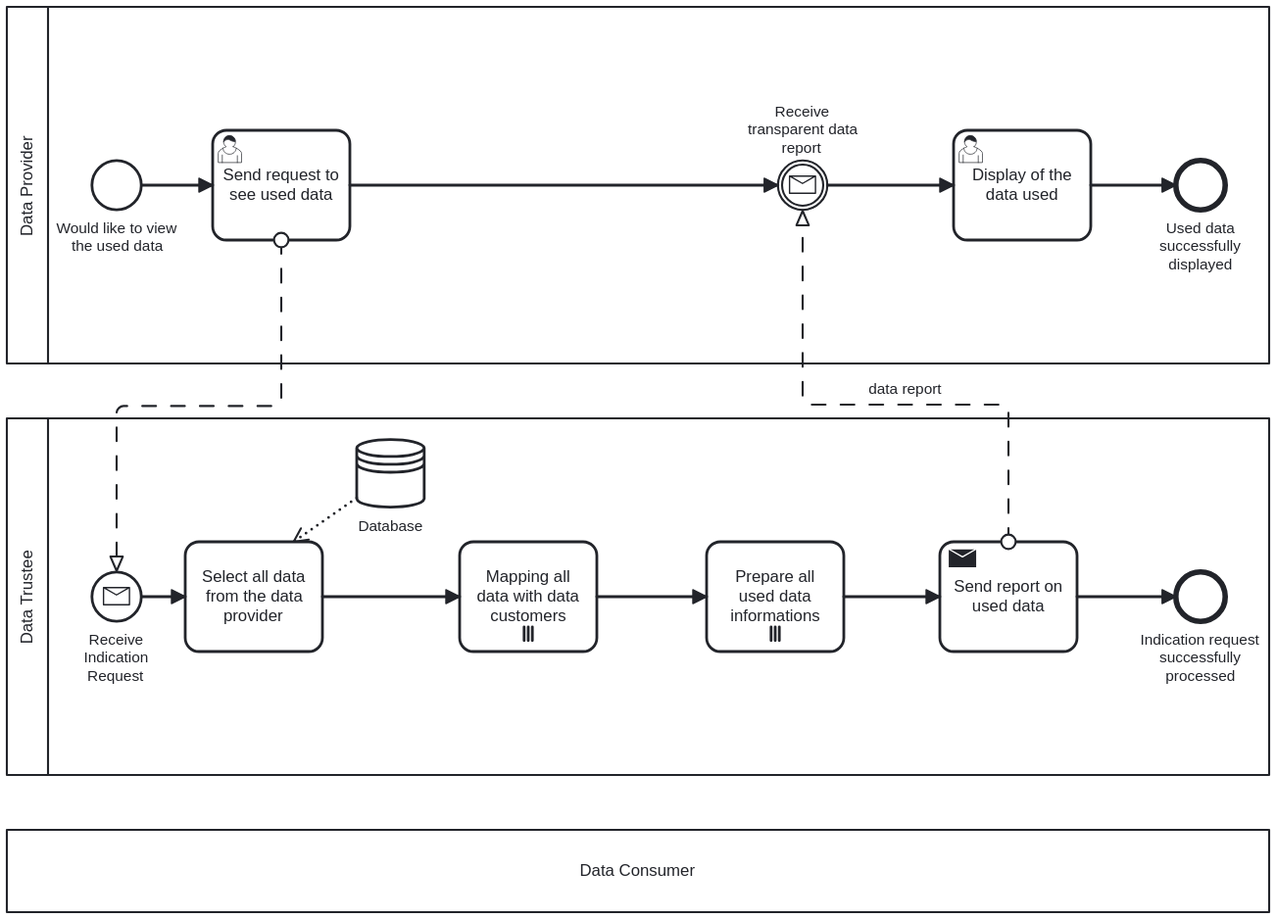
This is Data Access Transparency/Transparent_Data_Audit.svg from sacdevops/Process-Patterns-for-Data-Trustees, a BPMN export, as it was before one commit. Its source is kept beside it as Data Access Transparency/Transparent_Data_Audit.bpmn. Ids are renumbered.
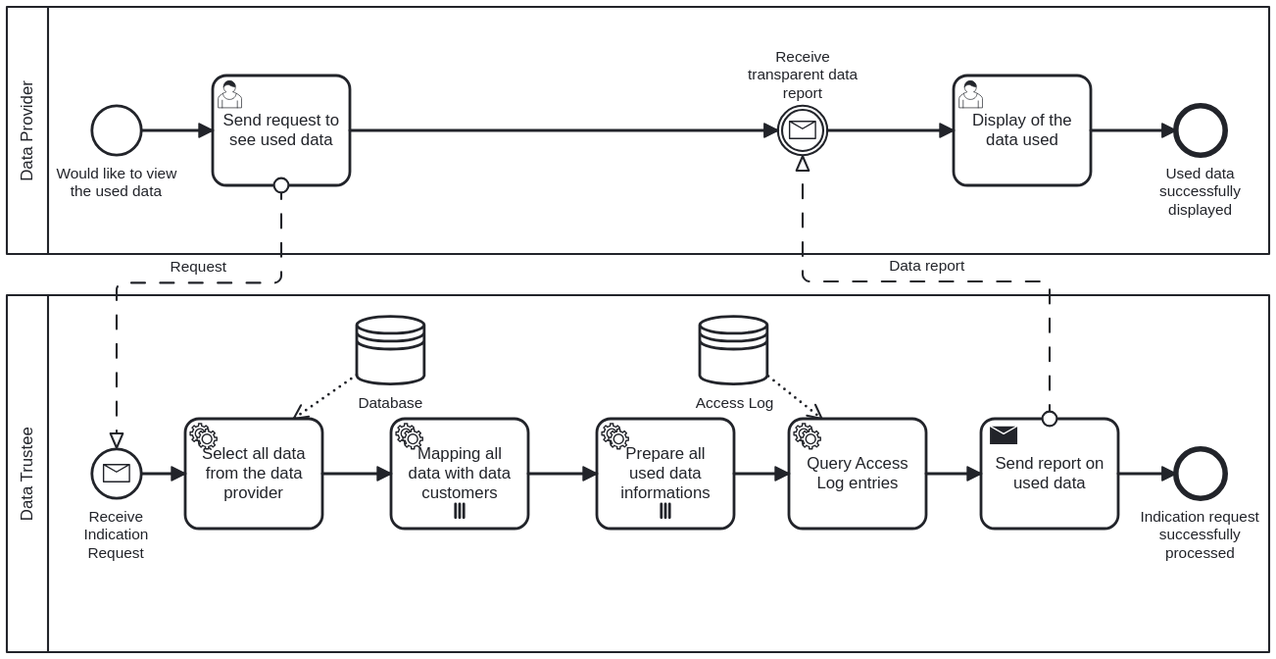
After the commit.

Diff of the diagram source:
```diff
@@ -1,48 +1,58 @@
-<bpmn:definitions xmlns:bpmn="http://www.omg.org/spec/BPMN/20100524/MODEL" xmlns:bpmndi="http://www.omg.org/spec/BPMN/20100524/DI" xmlns:dc="http://www.omg.org/spec/DD/20100524/DC" xmlns:zeebe="http://camunda.org/schema/zeebe/1.0" xmlns:di="http://www.omg.org/spec/DD/20100524/DI" xmlns:modeler="http://camunda.org/schema/modeler/1.0" id="Definitions_n1" targetNamespace="http://bpmn.io/schema/bpmn" exporter="Camunda Web Modeler" exporterVersion="9832186" modeler:executionPlatform="Camunda Cloud" modeler:executionPlatformVersion="8.6.0">
+<bpmn:definitions xmlns:bpmn="http://www.omg.org/spec/BPMN/20100524/MODEL" xmlns:bpmndi="http://www.omg.org/spec/BPMN/20100524/DI" xmlns:dc="http://www.omg.org/spec/DD/20100524/DC" xmlns:zeebe="http://camunda.org/schema/zeebe/1.0" xmlns:di="http://www.omg.org/spec/DD/20100524/DI" xmlns:modeler="http://camunda.org/schema/modeler/1.0" id="Definitions_n1" targetNamespace="http://bpmn.io/schema/bpmn" exporter="Camunda Modeler" exporterVersion="5.34.0" modeler:executionPlatform="Camunda Cloud" modeler:executionPlatformVersion="8.6.0">
   <bpmn:collaboration id="Collaboration_n2" name="Data_Audit">
-    <bpmn:participant id="Participant_n3" name="Data Consumer" />
     <bpmn:participant id="Participant_n4" name="Data Trustee" processRef="Process_n5" />
     <bpmn:participant id="Participant_n6" name="Data Provider" processRef="Process_n7" />
-    <bpmn:messageFlow id="Flow_n8" name="data report" sourceRef="Activity_n9" targetRef="Event_n10" />
-    <bpmn:messageFlow id="Flow_n11" sourceRef="Activity_n12" targetRef="Event_n13" />
+    <bpmn:messageFlow id="Flow_n8" name="Data report" sourceRef="Activity_n9" targetRef="Event_n10" />
+    <bpmn:messageFlow id="Flow_n11" name="Request" sourceRef="Activity_n12" targetRef="Event_n13" />
   </bpmn:collaboration>
   <bpmn:process id="Process_n5" isExecutable="true">
     <bpmn:dataStoreReference id="DataStoreReference_n14" name="Database" />
-    <bpmn:sendTask id="Activity_n9" name="Send report on used data">
-      <bpmn:incoming>Flow_n15</bpmn:incoming>
-      <bpmn:outgoing>Flow_n16</bpmn:outgoing>
-    </bpmn:sendTask>
-    <bpmn:task id="Activity_n17" name="Prepare all used data informations">
-      <bpmn:incoming>Flow_n18</bpmn:incoming>
-      <bpmn:outgoing>Flow_n15</bpmn:outgoing>
-      <bpmn:multiInstanceLoopCharacteristics />
-    </bpmn:task>
-    <bpmn:sequenceFlow id="Flow_n15" sourceRef="Activity_n17" targetRef="Activity_n9" />
     <bpmn:endEvent id="Event_n19" name="Indication request successfully processed">
       <bpmn:incoming>Flow_n16</bpmn:incoming>
     </bpmn:endEvent>
-    <bpmn:sequenceFlow id="Flow_n16" sourceRef="Activity_n9" targetRef="Event_n19" />
-    <bpmn:task id="Activity_n20" name="Mapping all data with data customers">
-      <bpmn:incoming>Flow_n21</bpmn:incoming>
-      <bpmn:outgoing>Flow_n18</bpmn:outgoing>
-      <bpmn:multiInstanceLoopCharacteristics />
-    </bpmn:task>
-    <bpmn:sequenceFlow id="Flow_n18" sourceRef="Activity_n20" targetRef="Activity_n17" />
-    <bpmn:task id="Activity_n22" name="Select all data from the data provider">
-      <bpmn:incoming>Flow_n23</bpmn:incoming>
-      <bpmn:outgoing>Flow_n21</bpmn:outgoing>
-      <bpmn:property id="Property_n24" name="__targetRef_placeholder" />
-      <bpmn:dataInputAssociation id="DataInputAssociation_n25">
-        <bpmn:sourceRef>DataStoreReference_n14</bpmn:sourceRef>
-        <bpmn:targetRef>Property_n24</bpmn:targetRef>
-      </bpmn:dataInputAssociation>
-    </bpmn:task>
-    <bpmn:sequenceFlow id="Flow_n21" sourceRef="Activity_n22" targetRef="Activity_n20" />
     <bpmn:startEvent id="Event_n13" name="Receive Indication Request">
       <bpmn:outgoing>Flow_n23</bpmn:outgoing>
       <bpmn:messageEventDefinition id="MessageEventDefinition_n26" />
     </bpmn:startEvent>
+    <bpmn:sequenceFlow id="Flow_n15" sourceRef="Activity_n17" targetRef="Activity_n44" />
+    <bpmn:sequenceFlow id="Flow_n16" sourceRef="Activity_n9" targetRef="Event_n19" />
+    <bpmn:sequenceFlow id="Flow_n18" sourceRef="Activity_n20" targetRef="Activity_n17" />
+    <bpmn:sequenceFlow id="Flow_n21" sourceRef="Activity_n22" targetRef="Activity_n20" />
     <bpmn:sequenceFlow id="Flow_n23" sourceRef="Event_n13" targetRef="Activity_n22" />
+    <bpmn:serviceTask id="Activity_n22" name="Select all data from the data provider">
+      <bpmn:incoming>Flow_n23</bpmn:incoming>
+      <bpmn:outgoing>Flow_n21</bpmn:outgoing>
+      <bpmn:property id="Property_n45" name="__targetRef_placeholder" />
+      <bpmn:dataInputAssociation id="DataInputAssociation_n25">
+        <bpmn:sourceRef>DataStoreReference_n14</bpmn:sourceRef>
+        <bpmn:targetRef>Property_n45</bpmn:targetRef>
+      </bpmn:dataInputAssociation>
+    </bpmn:serviceTask>
+    <bpmn:sendTask id="Activity_n9" name="Send report on used data">
+      <bpmn:incoming>Flow_n46</bpmn:incoming>
+      <bpmn:outgoing>Flow_n16</bpmn:outgoing>
+    </bpmn:sendTask>
+    <bpmn:dataStoreReference id="DataStoreReference_n47" name="Access Log" />
+    <bpmn:sequenceFlow id="Flow_n46" sourceRef="Activity_n44" targetRef="Activity_n9" />
+    <bpmn:serviceTask id="Activity_n17" name="Prepare all used data informations">
+      <bpmn:incoming>Flow_n18</bpmn:incoming>
+      <bpmn:outgoing>Flow_n15</bpmn:outgoing>
+      <bpmn:multiInstanceLoopCharacteristics />
+    </bpmn:serviceTask>
+    <bpmn:serviceTask id="Activity_n20" name="Mapping all data with data customers">
+      <bpmn:incoming>Flow_n21</bpmn:incoming>
+      <bpmn:outgoing>Flow_n18</bpmn:outgoing>
+      <bpmn:multiInstanceLoopCharacteristics />
+    </bpmn:serviceTask>
+    <bpmn:serviceTask id="Activity_n44" name="Query Access Log entries">
+      <bpmn:incoming>Flow_n15</bpmn:incoming>
+      <bpmn:outgoing>Flow_n46</bpmn:outgoing>
+      <bpmn:property id="Property_n48" name="__targetRef_placeholder" />
+      <bpmn:dataInputAssociation id="DataInputAssociation_n49">
+        <bpmn:sourceRef>DataStoreReference_n47</bpmn:sourceRef>
+        <bpmn:targetRef>Property_n48</bpmn:targetRef>
+      </bpmn:dataInputAssociation>
+    </bpmn:serviceTask>
   </bpmn:process>
   <bpmn:process id="Process_n7" isExecutable="true">
     <bpmn:userTask id="Activity_n27" name="Display of the data used">
@@ -57,7 +67,6 @@
       <bpmn:outgoing>Flow_n28</bpmn:outgoing>
       <bpmn:messageEventDefinition id="MessageEventDefinition_n31" />
     </bpmn:intermediateCatchEvent>
-    <bpmn:sequenceFlow id="Flow_n28" sourceRef="Event_n10" targetRef="Activity_n27" />
     <bpmn:userTask id="Activity_n12" name="Send request to see used data">
       <bpmn:extensionElements>
         <zeebe:userTask />
@@ -65,142 +74,157 @@
       <bpmn:incoming>Flow_n32</bpmn:incoming>
       <bpmn:outgoing>Flow_n30</bpmn:outgoing>
     </bpmn:userTask>
-    <bpmn:sequenceFlow id="Flow_n30" sourceRef="Activity_n12" targetRef="Event_n10" />
     <bpmn:startEvent id="Event_n33" name="Would like to view the used data">
       <bpmn:outgoing>Flow_n32</bpmn:outgoing>
     </bpmn:startEvent>
-    <bpmn:sequenceFlow id="Flow_n32" sourceRef="Event_n33" targetRef="Activity_n12" />
     <bpmn:endEvent id="Event_n34" name="Used data successfully displayed">
       <bpmn:incoming>Flow_n29</bpmn:incoming>
     </bpmn:endEvent>
+    <bpmn:sequenceFlow id="Flow_n28" sourceRef="Event_n10" targetRef="Activity_n27" />
     <bpmn:sequenceFlow id="Flow_n29" sourceRef="Activity_n27" targetRef="Event_n34" />
+    <bpmn:sequenceFlow id="Flow_n30" sourceRef="Activity_n12" targetRef="Event_n10" />
+    <bpmn:sequenceFlow id="Flow_n32" sourceRef="Event_n33" targetRef="Activity_n12" />
   </bpmn:process>
   <bpmndi:BPMNDiagram id="BPMNDiagram_1">
     <bpmndi:BPMNPlane id="BPMNPlane_1" bpmnElement="Collaboration_n2">
-      <bpmndi:BPMNShape id="BPMNShape_n35" bpmnElement="Participant_n3" isHorizontal="true">
-        <dc:Bounds x="1190" y="680" width="920" height="60" />
-      </bpmndi:BPMNShape>
       <bpmndi:BPMNShape id="BPMNShape_n36" bpmnElement="Participant_n4" isHorizontal="true">
-        <dc:Bounds x="1190" y="380" width="920" height="260" />
+        <dc:Bounds x="160" y="290" width="920" height="260" />
         <bpmndi:BPMNLabel />
       </bpmndi:BPMNShape>
       <bpmndi:BPMNShape id="BPMNShape_n37" bpmnElement="DataStoreReference_n14">
-        <dc:Bounds x="1445" y="395" width="50" height="50" />
+        <dc:Bounds x="415" y="305" width="50" height="50" />
         <bpmndi:BPMNLabel>
-          <dc:Bounds x="1446" y="452" width="48" height="14" />
+          <dc:Bounds x="416" y="362" width="48" height="14" />
         </bpmndi:BPMNLabel>
       </bpmndi:BPMNShape>
+      <bpmndi:BPMNShape id="Event_n19_di" bpmnElement="Event_n19">
+        <dc:Bounds x="1012" y="402" width="36" height="36" />
+        <bpmndi:BPMNLabel>
+          <dc:Bounds x="986" y="445" width="88" height="40" />
+        </bpmndi:BPMNLabel>
+      </bpmndi:BPMNShape>
+      <bpmndi:BPMNShape id="Event_1dhvnsx_di" bpmnElement="Event_n13">
+        <dc:Bounds x="222" y="402" width="36" height="36" />
+        <bpmndi:BPMNLabel>
+          <dc:Bounds x="216" y="445" width="48" height="40" />
+        </bpmndi:BPMNLabel>
+      </bpmndi:BPMNShape>
+      <bpmndi:BPMNShape id="Activity_1hxwwjx_di" bpmnElement="Activity_n22">
+        <dc:Bounds x="290" y="380" width="100" height="80" />
+      </bpmndi:BPMNShape>
       <bpmndi:BPMNShape id="Activity_1xogt83_di" bpmnElement="Activity_n9">
-        <dc:Bounds x="1870" y="470" width="100" height="80" />
+        <dc:Bounds x="870" y="380" width="100" height="80" />
         <bpmndi:BPMNLabel />
       </bpmndi:BPMNShape>
-      <bpmndi:BPMNShape id="Activity_n17_di" bpmnElement="Activity_n17">
-        <dc:Bounds x="1700" y="470" width="100" height="80" />
-        <bpmndi:BPMNLabel />
-      </bpmndi:BPMNShape>
-      <bpmndi:BPMNShape id="Event_n19_di" bpmnElement="Event_n19">
-        <dc:Bounds x="2042" y="492" width="36" height="36" />
+      <bpmndi:BPMNShape id="DataStoreReference_n47_di" bpmnElement="DataStoreReference_n47">
+        <dc:Bounds x="665" y="305" width="50" height="50" />
         <bpmndi:BPMNLabel>
-          <dc:Bounds x="2016" y="535" width="88" height="40" />
+          <dc:Bounds x="662" y="362" width="57" height="14" />
         </bpmndi:BPMNLabel>
       </bpmndi:BPMNShape>
-      <bpmndi:BPMNShape id="Activity_n20_di" bpmnElement="Activity_n20">
-        <dc:Bounds x="1520" y="470" width="100" height="80" />
-        <bpmndi:BPMNLabel />
+      <bpmndi:BPMNShape id="Activity_0nyvdwi_di" bpmnElement="Activity_n17">
+        <dc:Bounds x="590" y="380" width="100" height="80" />
       </bpmndi:BPMNShape>
-      <bpmndi:BPMNShape id="BPMNShape_n38" bpmnElement="Activity_n22">
-        <dc:Bounds x="1320" y="470" width="100" height="80" />
-        <bpmndi:BPMNLabel />
+      <bpmndi:BPMNShape id="Activity_1k6avgd_di" bpmnElement="Activity_n20">
+        <dc:Bounds x="440" y="380" width="100" height="80" />
       </bpmndi:BPMNShape>
-      <bpmndi:BPMNShape id="Event_1dhvnsx_di" bpmnElement="Event_n13">
-        <dc:Bounds x="1252" y="492" width="36" height="36" />
-        <bpmndi:BPMNLabel>
-          <dc:Bounds x="1246" y="535" width="48" height="40" />
-        </bpmndi:BPMNLabel>
+      <bpmndi:BPMNShape id="Activity_0js90o6_di" bpmnElement="Activity_n44">
+        <dc:Bounds x="730" y="380" width="100" height="80" />
       </bpmndi:BPMNShape>
       <bpmndi:BPMNEdge id="Flow_n15_di" bpmnElement="Flow_n15">
-        <di:waypoint x="1800" y="510" />
-        <di:waypoint x="1870" y="510" />
+        <di:waypoint x="690" y="420" />
+        <di:waypoint x="730" y="420" />
       </bpmndi:BPMNEdge>
       <bpmndi:BPMNEdge id="Flow_n16_di" bpmnElement="Flow_n16">
-        <di:waypoint x="1970" y="510" />
-        <di:waypoint x="2042" y="510" />
+        <di:waypoint x="970" y="420" />
+        <di:waypoint x="1012" y="420" />
       </bpmndi:BPMNEdge>
       <bpmndi:BPMNEdge id="Flow_n18_di" bpmnElement="Flow_n18">
-        <di:waypoint x="1620" y="510" />
-        <di:waypoint x="1700" y="510" />
+        <di:waypoint x="540" y="420" />
+        <di:waypoint x="590" y="420" />
       </bpmndi:BPMNEdge>
       <bpmndi:BPMNEdge id="Flow_n21_di" bpmnElement="Flow_n21">
-        <di:waypoint x="1420" y="510" />
-        <di:waypoint x="1520" y="510" />
+        <di:waypoint x="390" y="420" />
+        <di:waypoint x="440" y="420" />
       </bpmndi:BPMNEdge>
       <bpmndi:BPMNEdge id="Flow_n23_di" bpmnElement="Flow_n23">
-        <di:waypoint x="1288" y="510" />
-        <di:waypoint x="1320" y="510" />
+        <di:waypoint x="258" y="420" />
+        <di:waypoint x="290" y="420" />
+      </bpmndi:BPMNEdge>
+      <bpmndi:BPMNEdge id="Flow_n46_di" bpmnElement="Flow_n46">
+        <di:waypoint x="830" y="420" />
+        <di:waypoint x="870" y="420" />
       </bpmndi:BPMNEdge>
       <bpmndi:BPMNShape id="BPMNShape_n39" bpmnElement="Participant_n6" isHorizontal="true">
-        <dc:Bounds x="1190" y="80" width="920" height="260" />
+        <dc:Bounds x="160" y="80" width="920" height="180" />
         <bpmndi:BPMNLabel />
       </bpmndi:BPMNShape>
       <bpmndi:BPMNShape id="BPMNShape_n40" bpmnElement="Activity_n27">
-        <dc:Bounds x="1880" y="170" width="100" height="80" />
+        <dc:Bounds x="850" y="130" width="100" height="80" />
       </bpmndi:BPMNShape>
       <bpmndi:BPMNShape id="Event_182pt0o_di" bpmnElement="Event_n10">
-        <dc:Bounds x="1752" y="192" width="36" height="36" />
+        <dc:Bounds x="722" y="152" width="36" height="36" />
         <bpmndi:BPMNLabel>
-          <dc:Bounds x="1730" y="150" width="80" height="40" />
+          <dc:Bounds x="700" y="110" width="80" height="40" />
         </bpmndi:BPMNLabel>
       </bpmndi:BPMNShape>
       <bpmndi:BPMNShape id="BPMNShape_n41" bpmnElement="Activity_n12">
-        <dc:Bounds x="1340" y="170" width="100" height="80" />
+        <dc:Bounds x="310" y="130" width="100" height="80" />
         <bpmndi:BPMNLabel />
       </bpmndi:BPMNShape>
       <bpmndi:BPMNShape id="BPMNShape_n42" bpmnElement="Event_n33">
-        <dc:Bounds x="1252" y="192" width="36" height="36" />
+        <dc:Bounds x="222" y="152" width="36" height="36" />
         <bpmndi:BPMNLabel>
-          <dc:Bounds x="1226" y="235" width="88" height="27" />
+          <dc:Bounds x="196" y="195" width="88" height="27" />
         </bpmndi:BPMNLabel>
       </bpmndi:BPMNShape>
       <bpmndi:BPMNShape id="BPMNShape_n43" bpmnElement="Event_n34">
-        <dc:Bounds x="2042" y="192" width="36" height="36" />
+        <dc:Bounds x="1012" y="152" width="36" height="36" />
         <bpmndi:BPMNLabel>
-          <dc:Bounds x="2030" y="235" width="60" height="40" />
+          <dc:Bounds x="1000" y="195" width="60" height="40" />
         </bpmndi:BPMNLabel>
       </bpmndi:BPMNShape>
       <bpmndi:BPMNEdge id="Flow_n28_di" bpmnElement="Flow_n28">
-        <di:waypoint x="1788" y="210" />
-        <di:waypoint x="1880" y="210" />
+        <di:waypoint x="758" y="170" />
+        <di:waypoint x="850" y="170" />
+      </bpmndi:BPMNEdge>
+      <bpmndi:BPMNEdge id="Flow_n29_di" bpmnElement="Flow_n29">
+        <di:waypoint x="950" y="170" />
+        <di:waypoint x="1012" y="170" />
       </bpmndi:BPMNEdge>
       <bpmndi:BPMNEdge id="Flow_n30_di" bpmnElement="Flow_n30">
-        <di:waypoint x="1440" y="210" />
-        <di:waypoint x="1752" y="210" />
+        <di:waypoint x="410" y="170" />
+        <di:waypoint x="722" y="170" />
       </bpmndi:BPMNEdge>
       <bpmndi:BPMNEdge id="Flow_n32_di" bpmnElement="Flow_n32">
-        <di:waypoint x="1288" y="210" />
-        <di:waypoint x="1340" y="210" />
-      </bpmndi:BPMNEdge>
-      <bpmndi:BPMNEdge id="Flow_n29_di" bpmnElement="Flow_n29">
-        <di:waypoint x="1980" y="210" />
-        <di:waypoint x="2042" y="210" />
+        <di:waypoint x="258" y="170" />
+        <di:waypoint x="310" y="170" />
       </bpmndi:BPMNEdge>
       <bpmndi:BPMNEdge id="DataInputAssociation_n25_di" bpmnElement="DataInputAssociation_n25">
-        <di:waypoint x="1445" y="438" />
-        <di:waypoint x="1399" y="470" />
+        <di:waypoint x="415" y="348" />
+        <di:waypoint x="369" y="380" />
       </bpmndi:BPMNEdge>
       <bpmndi:BPMNEdge id="Flow_n8_di" bpmnElement="Flow_n8">
-        <di:waypoint x="1920" y="470" />
-        <di:waypoint x="1920" y="370" />
-        <di:waypoint x="1770" y="370" />
-        <di:waypoint x="1770" y="228" />
+        <di:waypoint x="920" y="380" />
+        <di:waypoint x="920" y="280" />
+        <di:waypoint x="740" y="280" />
+        <di:waypoint x="740" y="188" />
         <bpmndi:BPMNLabel>
-          <dc:Bounds x="1818" y="352" width="55" height="14" />
+          <dc:Bounds x="803" y="262" width="56" height="14" />
         </bpmndi:BPMNLabel>
       </bpmndi:BPMNEdge>
       <bpmndi:BPMNEdge id="Flow_n11_di" bpmnElement="Flow_n11">
-        <di:waypoint x="1390" y="250" />
-        <di:waypoint x="1390" y="371" />
-        <di:waypoint x="1270" y="371" />
-        <di:waypoint x="1270" y="492" />
+        <di:waypoint x="360" y="210" />
+        <di:waypoint x="360" y="281" />
+        <di:waypoint x="240" y="281" />
+        <di:waypoint x="240" y="402" />
+        <bpmndi:BPMNLabel>
+          <dc:Bounds x="279" y="263" width="42" height="14" />
+        </bpmndi:BPMNLabel>
+      </bpmndi:BPMNEdge>
+      <bpmndi:BPMNEdge id="DataInputAssociation_n49_di" bpmnElement="DataInputAssociation_n49">
+        <di:waypoint x="715" y="349" />
+        <di:waypoint x="754" y="380" />
       </bpmndi:BPMNEdge>
     </bpmndi:BPMNPlane>
   </bpmndi:BPMNDiagram>
```
